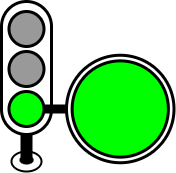
Above: assets/images/trafficlight-green-countdown.drawio.png in priobike/priobike-flutter-app (draw.io), before the change. Source tidied: cells renumbered, new cells last; positions are measured from the earlier drawing's top-left corner, leaving out a move shared by most shapes.
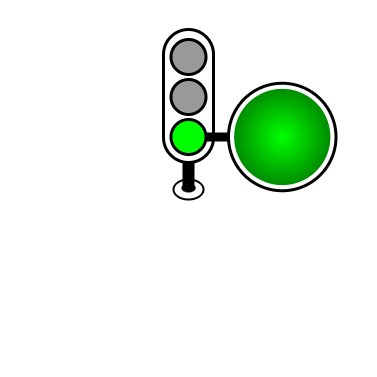
Above is the later version.

What changed in the source:
```diff
@@ -2,6 +2,9 @@
   <root>
     <mxCell id="0" />
     <mxCell id="1" parent="0" />
+    <mxCell id="12" style="whiteSpace=wrap;html=1;fillColor=none;strokeColor=none;" parent="1" vertex="1">
+      <mxGeometry x="-162.9" y="-29.4" width="375.8" height="375.8" as="geometry" />
+    </mxCell>
     <mxCell id="2" style="rounded=1;whiteSpace=wrap;html=1;perimeterSpacing=0;arcSize=50;strokeWidth=3;" parent="1" vertex="1">
       <mxGeometry width="50" height="133" as="geometry" />
     </mxCell>
@@ -20,7 +23,7 @@
     <mxCell id="7" style="endArrow=none;html=1;rounded=0;strokeWidth=9;" parent="1" edge="1" source="5" target="6">
       <mxGeometry relative="1" as="geometry" />
     </mxCell>
-    <mxCell id="8" style="ellipse;whiteSpace=wrap;html=1;shadow=0;fillColor=#00FF00;gradientColor=none;gradientDirection=radial;strokeWidth=3;" parent="1" vertex="1">
+    <mxCell id="8" style="ellipse;whiteSpace=wrap;html=1;shadow=0;fillColor=#00FF00;gradientColor=#008C00;gradientDirection=radial;strokeWidth=3;strokeColor=none;" parent="1" vertex="1">
       <mxGeometry x="70.6" y="59.4" width="96.2" height="96.2" as="geometry" />
     </mxCell>
     <mxCell id="9" style="ellipse;whiteSpace=wrap;html=1;strokeWidth=2;" parent="1" vertex="1">
```
